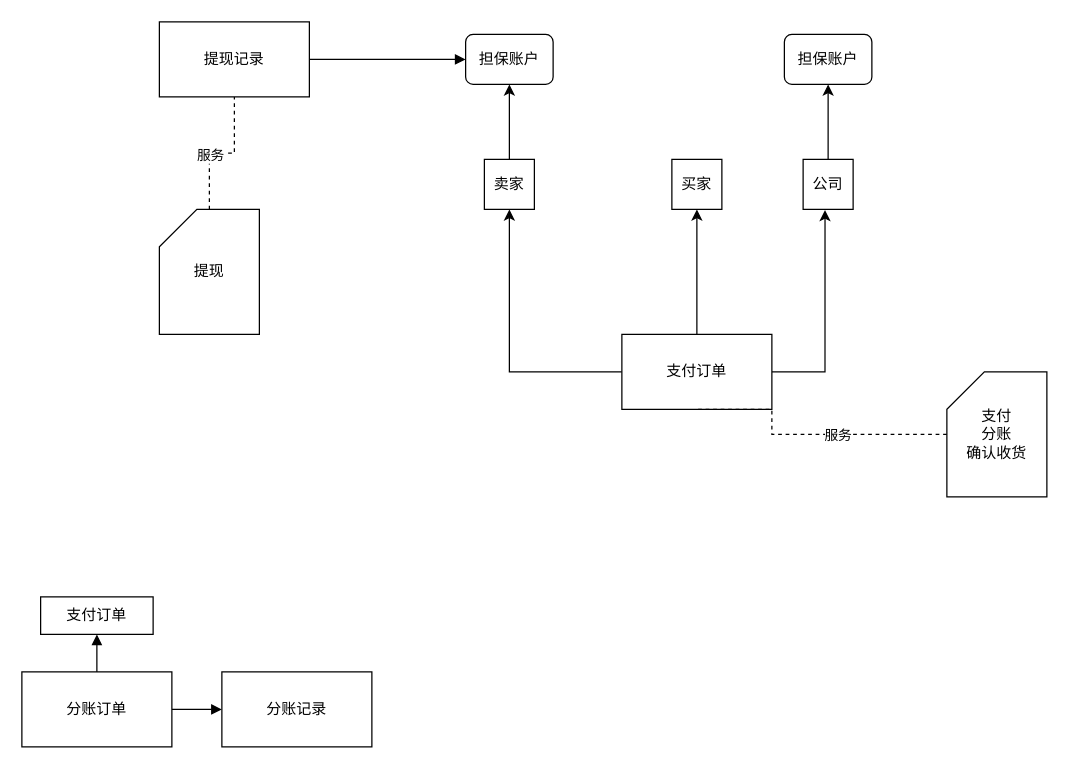
The draw.io diagram 优信担保交易.drawio in specialnote/diagrams, before the edit. Source tidied: cells renumbered, new cells numbered last; positions are measured from the earlier drawing's top-left corner, leaving out a move shared by most shapes. Both pictures are drawn from the tidied source at 125%, with x=0, y=0 at pixel (21, 21).
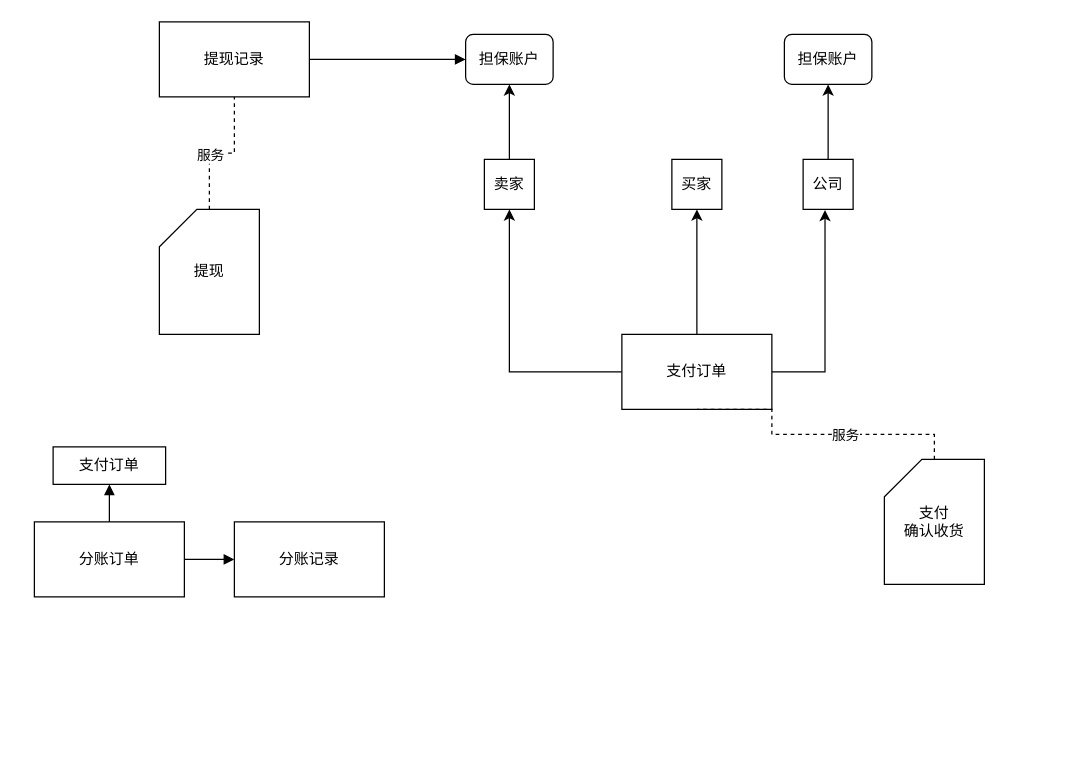
The same diagram, later.

Commit message:
Update 优信担保交易.drawio

Change to the diagram source:
```diff
@@
     <mxCell id="13" value="分账订单" style="whiteSpace=wrap;html=1;" parent="1" vertex="1">
-      <mxGeometry y="520" width="120" height="60" as="geometry" />
+      <mxGeometry x="10" y="400" width="120" height="60" as="geometry" />
     </mxCell>
@@
-    <mxCell id="18" value="支付&lt;br&gt;分账&lt;br&gt;确认收货" style="shape=card;whiteSpace=wrap;html=1;" parent="1" vertex="1">
-      <mxGeometry x="740" y="280" width="80" height="100" as="geometry" />
+    <mxCell id="18" value="支付&lt;br&gt;确认收货" style="shape=card;whiteSpace=wrap;html=1;" parent="1" vertex="1">
+      <mxGeometry x="690" y="350" width="80" height="100" as="geometry" />
     </mxCell>
@@
     <mxCell id="24" value="分账记录" style="whiteSpace=wrap;html=1;" parent="1" vertex="1">
-      <mxGeometry x="160" y="520" width="120" height="60" as="geometry" />
+      <mxGeometry x="170" y="400" width="120" height="60" as="geometry" />
     </mxCell>
     <mxCell id="25" value="支付订单" style="whiteSpace=wrap;html=1;" parent="1" vertex="1">
-      <mxGeometry x="15" y="460" width="90" height="30" as="geometry" />
+      <mxGeometry x="25" y="340" width="90" height="30" as="geometry" />
     </mxCell>
```
